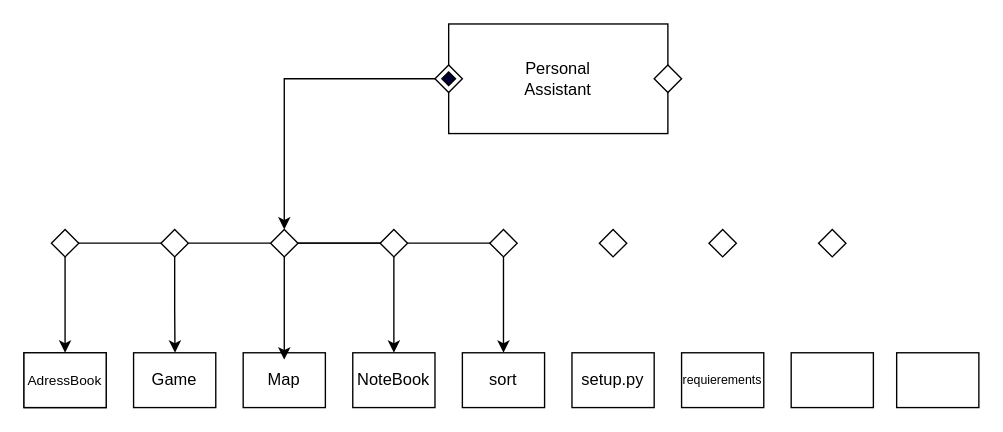
sirko2a1/PyWebDZ keeps this draw.io diagram as Діаграма без назви.drawio. Above is the earlier version. Source tidied: cells renumbered, new cells numbered last; positions are measured from the earlier drawing's top-left corner, leaving out a move shared by most shapes. Both pictures are drawn from the tidied source at 137%, with x=0, y=0 at pixel (23, 23).
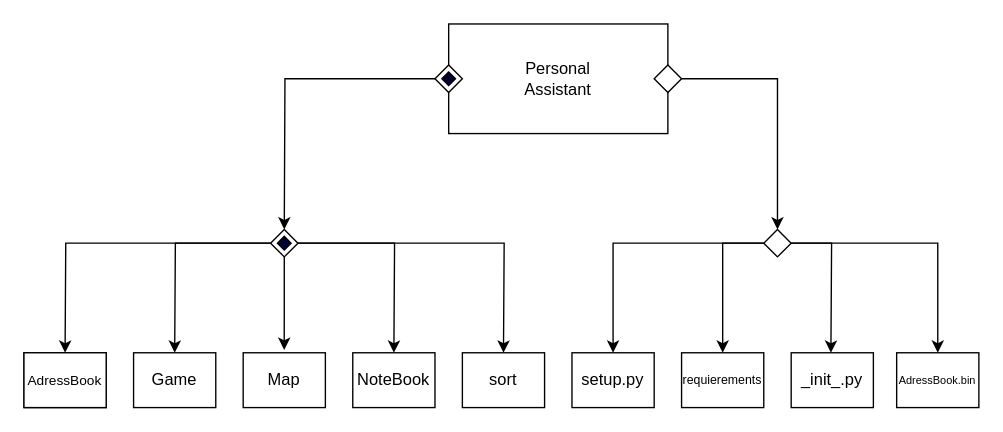
Above is the later version.

Unchanged cells that the change refers to:
```xml
<mxCell id="5" style="rhombus;whiteSpace=wrap;html=1;" parent="2" vertex="1">
  <mxGeometry x="-10" y="30" width="20" height="20" as="geometry" />
</mxCell>
<mxCell id="13" value="Game" style="text;html=1;strokeColor=none;fillColor=none;align=center;verticalAlign=middle;whiteSpace=wrap;rounded=0;" parent="11" vertex="1">
  <mxGeometry y="5" width="60" height="30" as="geometry" />
</mxCell>
<mxCell id="16" value="Map" style="text;html=1;strokeColor=none;fillColor=none;align=center;verticalAlign=middle;whiteSpace=wrap;rounded=0;" parent="14" vertex="1">
  <mxGeometry y="5" width="60" height="30" as="geometry" />
</mxCell>
<mxCell id="22" value="sort" style="text;html=1;strokeColor=none;fillColor=none;align=center;verticalAlign=middle;whiteSpace=wrap;rounded=0;" parent="20" vertex="1">
  <mxGeometry y="5" width="60" height="30" as="geometry" />
</mxCell>
<mxCell id="39" style="rounded=0;whiteSpace=wrap;html=1;" parent="1" vertex="1">
  <mxGeometry x="400" y="240" width="60" height="40" as="geometry" />
</mxCell>
<mxCell id="40" style="rounded=0;whiteSpace=wrap;html=1;" parent="1" vertex="1">
  <mxGeometry x="480" y="240" width="60" height="40" as="geometry" />
</mxCell>
<mxCell id="42" style="rounded=0;whiteSpace=wrap;html=1;" parent="1" vertex="1">
  <mxGeometry x="637" y="240" width="60" height="40" as="geometry" />
</mxCell>
<mxCell id="48" style="rhombus;whiteSpace=wrap;html=1;" parent="1" vertex="1">
  <mxGeometry x="460" y="30" width="20" height="20" as="geometry" />
</mxCell>
```

The edit, as a diff of the source:
```diff
@@
+    <mxCell id="49" style="edgeStyle=orthogonalEdgeStyle;rounded=0;jettySize=auto;html=1;" parent="1" edge="1" source="55">
+      <mxGeometry relative="1" as="geometry">
+        <mxPoint x="270" y="240" as="targetPoint" />
+      </mxGeometry>
+    </mxCell>
+    <mxCell id="50" style="edgeStyle=orthogonalEdgeStyle;rounded=0;jettySize=auto;html=1;" parent="1" edge="1" source="56">
+      <mxGeometry relative="1" as="geometry">
+        <mxPoint x="350" y="240" as="targetPoint" />
+      </mxGeometry>
+    </mxCell>
+    <mxCell id="51" style="edgeStyle=orthogonalEdgeStyle;rounded=0;jettySize=auto;html=1;entryX=0.499;entryY=-0.236;entryDx=0;entryDy=0;entryPerimeter=0;" parent="1" edge="1" source="55" target="16">
+      <mxGeometry relative="1" as="geometry" />
+    </mxCell>
@@
-    <mxCell id="23" style="edgeStyle=orthogonalEdgeStyle;rounded=0;jettySize=auto;html=1;entryX=0.5;entryY=-0.167;entryDx=0;entryDy=0;entryPerimeter=0;" parent="1" edge="1" source="37" target="22">
-      <mxGeometry relative="1" as="geometry" />
-    </mxCell>
-    <mxCell id="24" style="group;" parent="1" vertex="1">
-      <mxGeometry x="20" y="150" width="260" height="20" as="geometry" />
-    </mxCell>
-    <mxCell id="25" style="endArrow=none;html=1;rounded=0;" parent="24" edge="1" source="33">
-      <mxGeometry relative="1" as="geometry">
-        <mxPoint x="330" y="10" as="targetPoint" />
-        <Array as="points">
-          <mxPoint x="170" y="10" />
-        </Array>
-      </mxGeometry>
-    </mxCell>
-    <mxCell id="26" style="endArrow=none;html=1;rounded=0;" parent="24" edge="1" target="29">
-      <mxGeometry relative="1" as="geometry">
-        <mxPoint x="10" y="10" as="sourcePoint" />
-      </mxGeometry>
-    </mxCell>
-    <mxCell id="27" style="edgeStyle=orthogonalEdgeStyle;rounded=0;jettySize=auto;html=1;" parent="24" edge="1" source="28">
-      <mxGeometry relative="1" as="geometry">
-        <mxPoint x="10" y="90" as="targetPoint" />
-      </mxGeometry>
-    </mxCell>
-    <mxCell id="28" style="rhombus;whiteSpace=wrap;html=1;" parent="24" vertex="1">
-      <mxGeometry width="20" height="20" as="geometry" />
-    </mxCell>
-    <mxCell id="29" style="rhombus;whiteSpace=wrap;html=1;" parent="24" vertex="1">
-      <mxGeometry x="80" width="20" height="20" as="geometry" />
-    </mxCell>
-    <mxCell id="30" style="rhombus;whiteSpace=wrap;html=1;" parent="24" vertex="1">
-      <mxGeometry x="160" width="20" height="20" as="geometry" />
-    </mxCell>
-    <mxCell id="31" style="endArrow=none;html=1;rounded=0;" parent="24" edge="1" source="29" target="30">
-      <mxGeometry relative="1" as="geometry" />
-    </mxCell>
-    <mxCell id="32" style="edgeStyle=orthogonalEdgeStyle;rounded=0;jettySize=auto;html=1;" parent="24" edge="1" source="33">
-      <mxGeometry relative="1" as="geometry">
-        <mxPoint x="250" y="90" as="targetPoint" />
-      </mxGeometry>
-    </mxCell>
-    <mxCell id="33" style="rhombus;whiteSpace=wrap;html=1;" parent="24" vertex="1">
-      <mxGeometry x="240" width="20" height="20" as="geometry" />
-    </mxCell>
-    <mxCell id="34" style="endArrow=none;html=1;rounded=0;" parent="24" edge="1" source="30" target="33">
-      <mxGeometry relative="1" as="geometry" />
-    </mxCell>
-    <mxCell id="35" style="edgeStyle=orthogonalEdgeStyle;rounded=0;jettySize=auto;html=1;entryX=0.504;entryY=-0.168;entryDx=0;entryDy=0;entryPerimeter=0;" parent="1" edge="1" source="29" target="13">
-      <mxGeometry relative="1" as="geometry" />
-    </mxCell>
-    <mxCell id="36" style="edgeStyle=orthogonalEdgeStyle;rounded=0;jettySize=auto;html=1;entryX=0.5;entryY=0;entryDx=0;entryDy=0;" parent="1" edge="1" source="30" target="16">
-      <mxGeometry relative="1" as="geometry" />
-    </mxCell>
-    <mxCell id="37" style="rhombus;whiteSpace=wrap;html=1;" parent="1" vertex="1">
-      <mxGeometry x="340" y="150" width="20" height="20" as="geometry" />
-    </mxCell>
-    <mxCell id="38" style="edgeStyle=orthogonalEdgeStyle;rounded=0;jettySize=auto;html=1;entryX=0.5;entryY=0;entryDx=0;entryDy=0;exitX=0;exitY=0.5;exitDx=0;exitDy=0;" parent="1" edge="1" source="5" target="30">
-      <mxGeometry relative="1" as="geometry" />
+    <mxCell id="38" style="edgeStyle=orthogonalEdgeStyle;rounded=0;jettySize=auto;html=1;entryX=0.5;entryY=0;entryDx=0;entryDy=0;exitX=0;exitY=0.5;exitDx=0;exitDy=0;" parent="1" edge="1" source="5">
+      <mxGeometry relative="1" as="geometry">
+        <mxPoint x="190" y="150" as="targetPoint" />
+      </mxGeometry>
     </mxCell>
@@
-    <mxCell id="45" style="rhombus;whiteSpace=wrap;html=1;" parent="1" vertex="1">
-      <mxGeometry x="420" y="150" width="20" height="20" as="geometry" />
-    </mxCell>
-    <mxCell id="46" style="rhombus;whiteSpace=wrap;html=1;" parent="1" vertex="1">
-      <mxGeometry x="500" y="150" width="20" height="20" as="geometry" />
-    </mxCell>
-    <mxCell id="47" style="rhombus;whiteSpace=wrap;html=1;" parent="1" vertex="1">
-      <mxGeometry x="580" y="150" width="20" height="20" as="geometry" />
-    </mxCell>
+    <mxCell id="52" style="edgeStyle=orthogonalEdgeStyle;rounded=0;jettySize=auto;html=1;entryX=0.5;entryY=0;entryDx=0;entryDy=0;" parent="1" edge="1" source="48" target="59">
+      <mxGeometry relative="1" as="geometry" />
+    </mxCell>
@@
+    <mxCell id="53" style="edgeStyle=orthogonalEdgeStyle;rounded=0;jettySize=auto;html=1;" parent="1" edge="1" source="55">
+      <mxGeometry relative="1" as="geometry">
+        <mxPoint x="30" y="240" as="targetPoint" />
+      </mxGeometry>
+    </mxCell>
+    <mxCell id="54" style="edgeStyle=orthogonalEdgeStyle;rounded=0;jettySize=auto;html=1;" parent="1" edge="1" source="55">
+      <mxGeometry relative="1" as="geometry">
+        <mxPoint x="110" y="240" as="targetPoint" />
+      </mxGeometry>
+    </mxCell>
+    <mxCell id="55" style="rhombus;whiteSpace=wrap;html=1;" parent="1" vertex="1">
+      <mxGeometry x="180" y="150" width="20" height="20" as="geometry" />
+    </mxCell>
+    <mxCell id="56" style="rhombus;whiteSpace=wrap;html=1;fillColor=#000033;" parent="1" vertex="1">
+      <mxGeometry x="185" y="155" width="10" height="10" as="geometry" />
+    </mxCell>
+    <mxCell id="57" style="edgeStyle=orthogonalEdgeStyle;rounded=0;jettySize=auto;html=1;entryX=0.5;entryY=0;entryDx=0;entryDy=0;" parent="1" edge="1" source="59" target="39">
+      <mxGeometry relative="1" as="geometry" />
+    </mxCell>
+    <mxCell id="58" style="edgeStyle=orthogonalEdgeStyle;rounded=0;jettySize=auto;html=1;entryX=0.5;entryY=0;entryDx=0;entryDy=0;" parent="1" edge="1" source="59" target="42">
+      <mxGeometry relative="1" as="geometry" />
+    </mxCell>
+    <mxCell id="59" style="rhombus;whiteSpace=wrap;html=1;" parent="1" vertex="1">
+      <mxGeometry x="540" y="150" width="20" height="20" as="geometry" />
+    </mxCell>
+    <mxCell id="60" style="edgeStyle=orthogonalEdgeStyle;rounded=0;jettySize=auto;html=1;entryX=0.5;entryY=0;entryDx=0;entryDy=0;" parent="1" edge="1" source="59" target="40">
+      <mxGeometry relative="1" as="geometry">
+        <Array as="points">
+          <mxPoint x="510" y="160" />
+        </Array>
+      </mxGeometry>
+    </mxCell>
+    <mxCell id="61" style="edgeStyle=orthogonalEdgeStyle;rounded=0;jettySize=auto;html=1;" parent="1" edge="1" source="59">
+      <mxGeometry relative="1" as="geometry">
+        <mxPoint x="589" y="240" as="targetPoint" />
+      </mxGeometry>
+    </mxCell>
+    <mxCell id="62" value="_init_.py" style="text;html=1;strokeColor=none;fillColor=none;align=center;verticalAlign=middle;whiteSpace=wrap;rounded=0;" parent="1" vertex="1">
+      <mxGeometry x="560" y="245" width="60" height="30" as="geometry" />
+    </mxCell>
+    <mxCell id="63" value="AdressBook.bin" style="text;html=1;strokeColor=none;fillColor=none;align=center;verticalAlign=middle;whiteSpace=wrap;rounded=0;fontSize=8;" parent="1" vertex="1">
+      <mxGeometry x="637" y="245" width="60" height="30" as="geometry" />
+    </mxCell>
```
